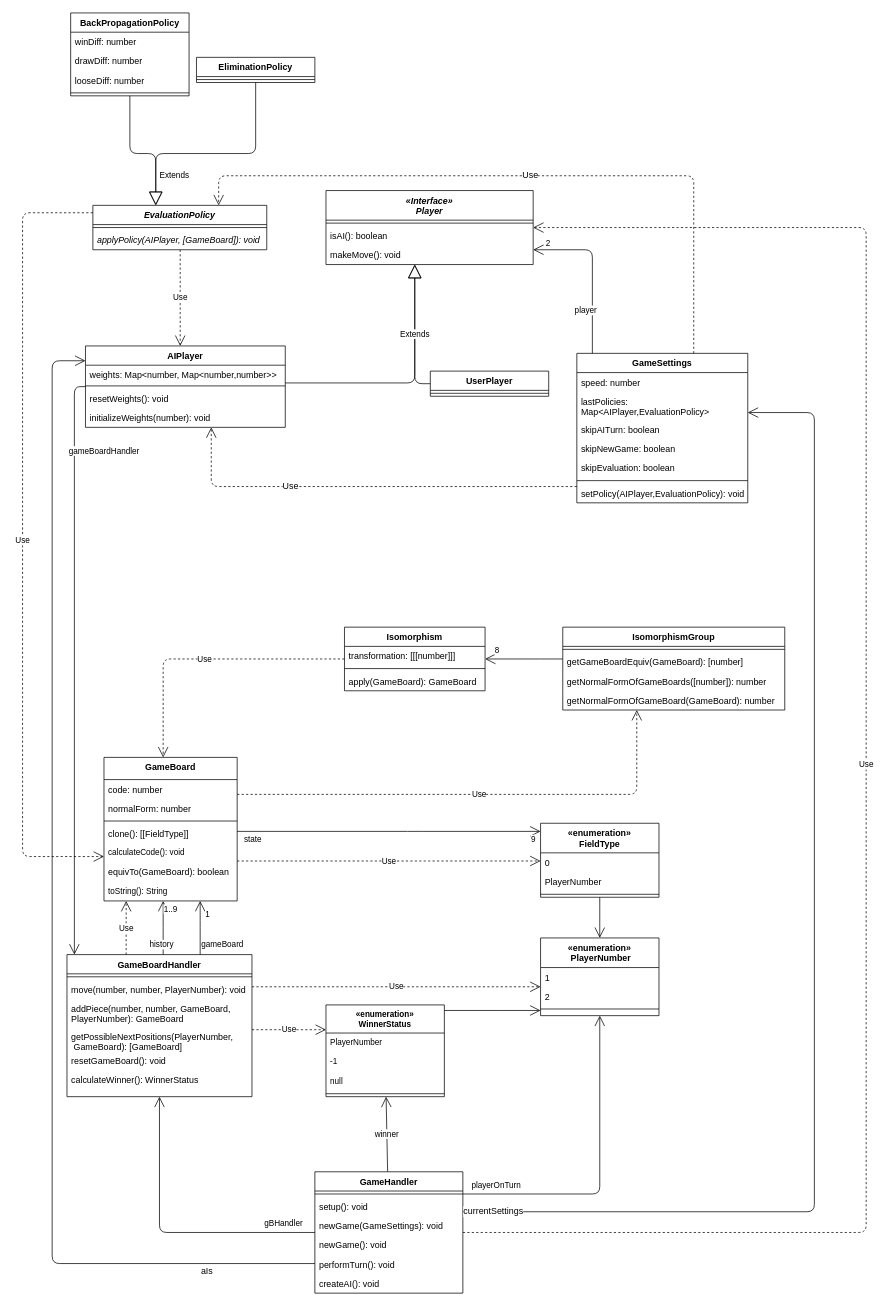
Before: ProductBacklog/Klassendiagramme/Planung.drawio in idlaviV/TIKTacToe, a draw.io diagram. Source tidied: cells renumbered, new cells numbered last; positions are measured from the earlier drawing's top-left corner, leaving out a move shared by most shapes. Both pictures are drawn from the tidied source at 74%, with x=0, y=0 at pixel (22, 13).
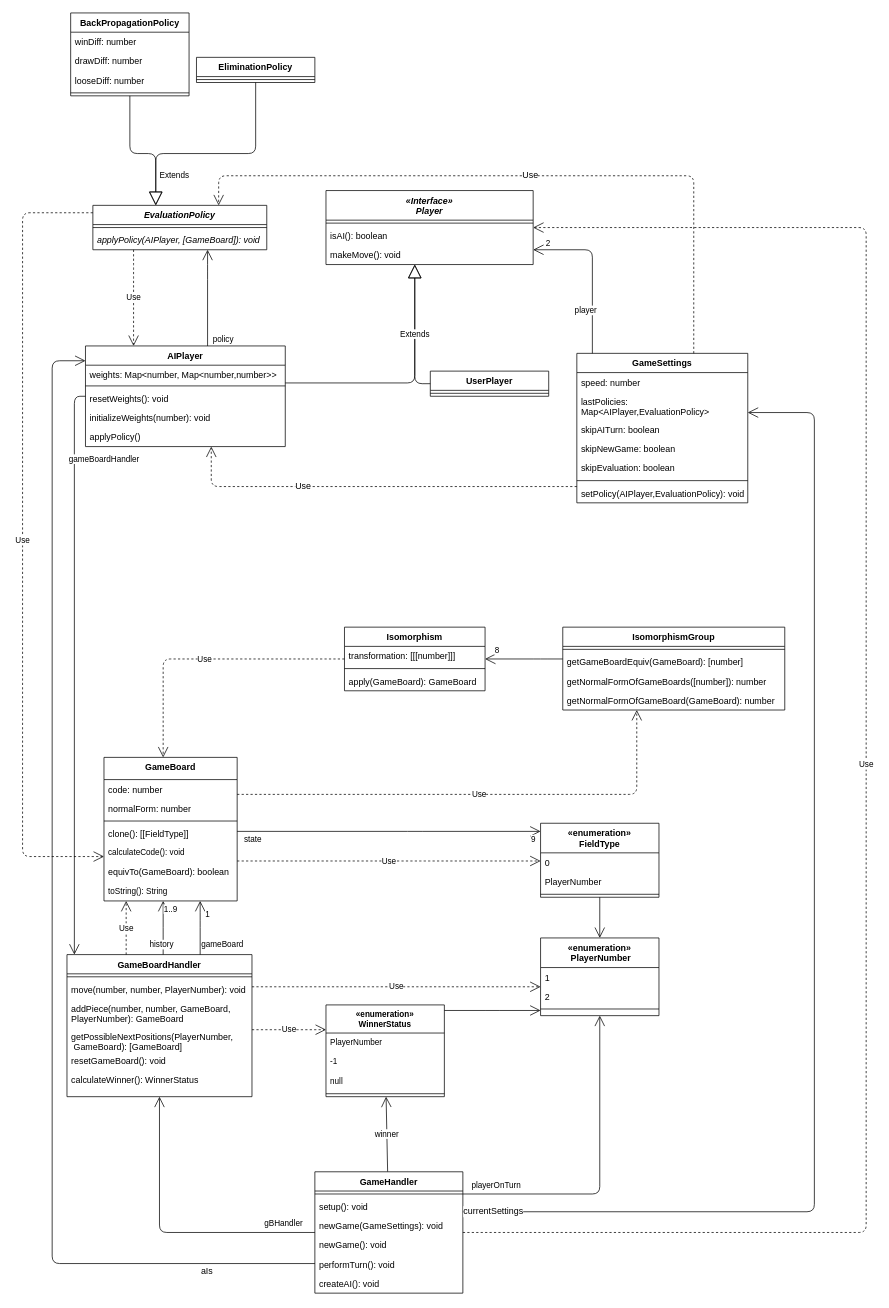
The same page after the edit.

Commit message (it also covers changes not shown here):
Policy im Planungsdiagramm überarbeitet

The change refers to these unchanged cells:
```xml
<mxCell id="56" value="EvaluationPolicy" style="swimlane;fontStyle=3;align=center;verticalAlign=top;horizontal=1;startSize=26;" parent="1" vertex="1">
  <mxGeometry x="95" y="260" width="235" height="60" as="geometry" />
</mxCell>
```

What changed in the source:
```diff
@@
     <mxCell id="44" value="AIPlayer" style="swimlane;fontStyle=1;align=center;verticalAlign=top;horizontal=1;startSize=26;" parent="1" vertex="1">
-      <mxGeometry x="85" y="450" width="270" height="110" as="geometry" />
+      <mxGeometry x="85" y="450" width="270" height="136" as="geometry" />
     </mxCell>
@@
+    <mxCell id="111" value="applyPolicy()" style="text;strokeColor=none;fillColor=none;align=left;verticalAlign=top;spacingLeft=4;spacingRight=4;overflow=hidden;" parent="44" vertex="1">
+      <mxGeometry y="110" width="270" height="26" as="geometry" />
+    </mxCell>
@@
     <mxCell id="68" value="Use" style="endArrow=open;endSize=12;dashed=1;html=1;edgeStyle=elbowEdgeStyle;" parent="1" edge="1" source="56" target="44">
-      <mxGeometry relative="1" as="geometry" />
+      <mxGeometry relative="1" as="geometry">
+        <Array as="points">
+          <mxPoint x="150" y="350" />
+        </Array>
+      </mxGeometry>
     </mxCell>
@@
+    <mxCell id="112" style="endArrow=open;endFill=1;endSize=12;html=1;edgeStyle=elbowEdgeStyle;" parent="1" edge="1" source="44" target="56">
+      <mxGeometry relative="1" as="geometry">
+        <Array as="points">
+          <mxPoint x="250" y="350" />
+        </Array>
+      </mxGeometry>
+    </mxCell>
+    <mxCell id="113" value="policy" style="edgeLabel;html=1;align=center;verticalAlign=middle;" parent="112" vertex="1">
+      <mxGeometry x="-0.63" y="3" relative="1" as="geometry">
+        <mxPoint x="23" y="14" as="offset" />
+      </mxGeometry>
+    </mxCell>
```
